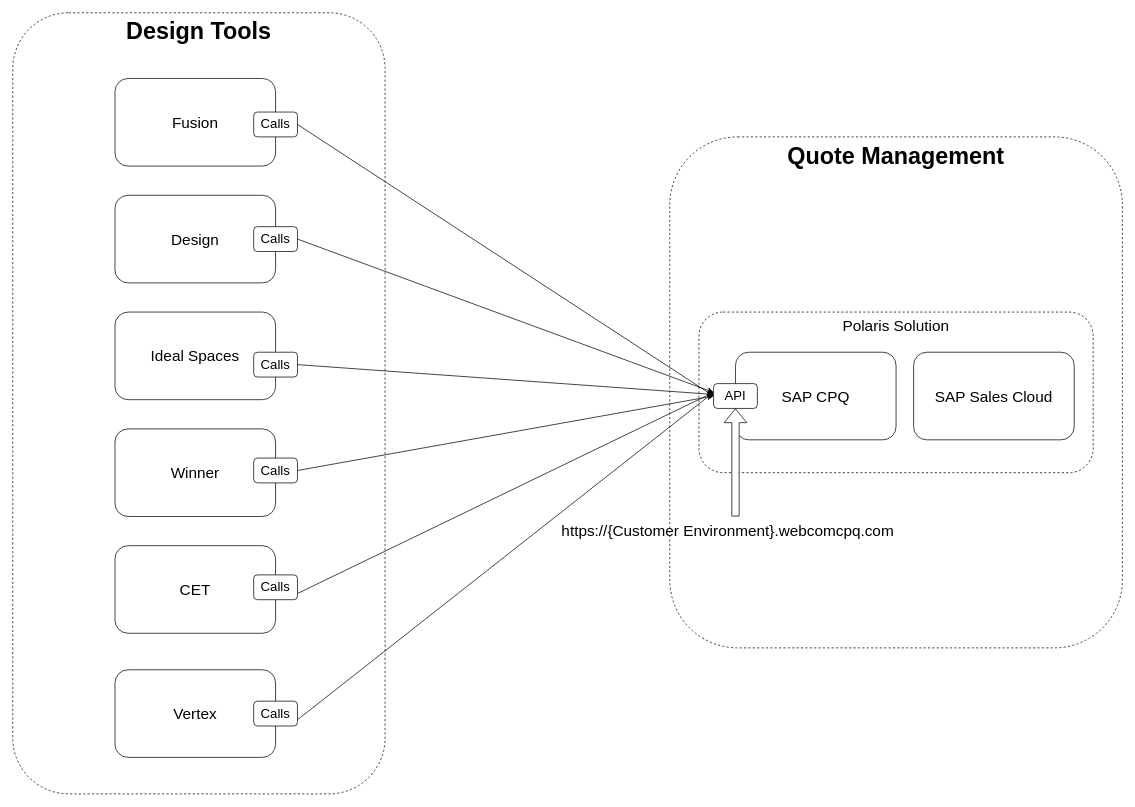
Earlier version of the draw.io diagram page "Option 1- Direct" (6 of 7) of Drawing_Tool_Integration.drawio (mrf742002/Diagrams). Source tidied: cells renumbered, new cells numbered last; positions are measured from the earlier drawing's top-left corner, leaving out a move shared by most shapes. Both pictures are drawn from the tidied source at 73%, with x=0, y=0 at pixel (12, 12).
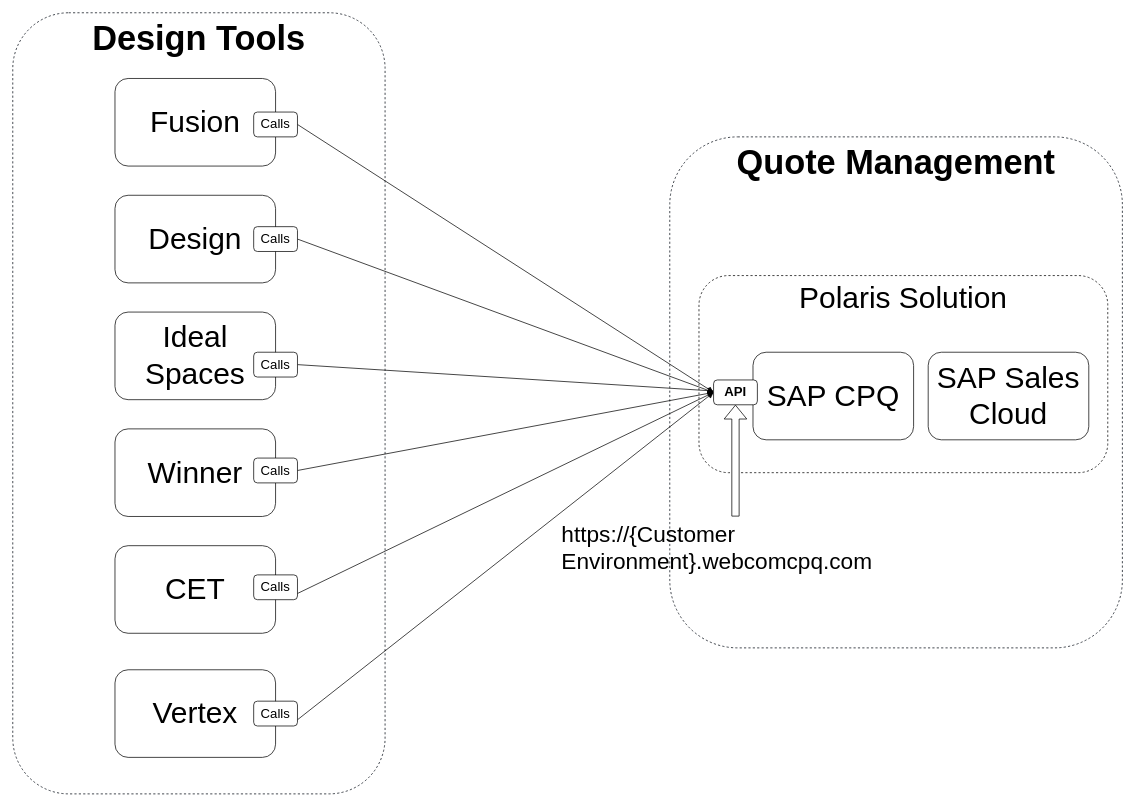
Above is the later version.

What changed in the source:
```diff
@@
-    <mxCell id="2" value="&lt;b style=&quot;font-size: 32px&quot;&gt;Quote Management&lt;/b&gt;" style="rounded=1;whiteSpace=wrap;html=1;verticalAlign=top;strokeWidth=1;strokeColor=#020912;dashed=1;fontSize=32;" parent="1" vertex="1">
+    <mxCell id="2" value="&lt;b style=&quot;font-size: 47px;&quot;&gt;Quote Management&lt;/b&gt;" style="rounded=1;whiteSpace=wrap;html=1;verticalAlign=top;strokeWidth=1;strokeColor=#020912;dashed=1;fontSize=47;" parent="1" vertex="1">
       <mxGeometry x="900" y="170" width="620" height="700" as="geometry" />
     </mxCell>
-    <mxCell id="3" value="Polaris Solution" style="rounded=1;whiteSpace=wrap;html=1;fontSize=21;dashed=1;fillColor=none;verticalAlign=top;" parent="1" vertex="1">
-      <mxGeometry x="940" y="410" width="540" height="220" as="geometry" />
+    <mxCell id="3" value="Polaris Solution" style="rounded=1;whiteSpace=wrap;html=1;fontSize=41;dashed=1;fillColor=none;verticalAlign=top;" parent="1" vertex="1">
+      <mxGeometry x="940" y="360" width="560" height="270" as="geometry" />
     </mxCell>
-    <mxCell id="4" value="&lt;b style=&quot;font-size: 32px&quot;&gt;Design Tools&lt;/b&gt;" style="rounded=1;whiteSpace=wrap;html=1;verticalAlign=top;strokeWidth=1;strokeColor=#020912;dashed=1;fontSize=32;" parent="1" vertex="1">
+    <mxCell id="4" value="&lt;b style=&quot;font-size: 47px;&quot;&gt;Design Tools&lt;/b&gt;" style="rounded=1;whiteSpace=wrap;html=1;verticalAlign=top;strokeWidth=1;strokeColor=#020912;dashed=1;fontSize=47;" parent="1" vertex="1">
       <mxGeometry width="510" height="1070" as="geometry" />
     </mxCell>
-    <mxCell id="5" value="Fusion" style="rounded=1;whiteSpace=wrap;html=1;fontSize=21;" parent="1" vertex="1">
+    <mxCell id="5" value="Fusion" style="rounded=1;whiteSpace=wrap;html=1;fontSize=41;" parent="1" vertex="1">
       <mxGeometry x="140" y="90" width="220" height="120" as="geometry" />
     </mxCell>
-    <mxCell id="6" value="Design" style="rounded=1;whiteSpace=wrap;html=1;fontSize=21;" parent="1" vertex="1">
+    <mxCell id="6" value="Design" style="rounded=1;whiteSpace=wrap;html=1;fontSize=41;" parent="1" vertex="1">
       <mxGeometry x="140" y="250" width="220" height="120" as="geometry" />
     </mxCell>
-    <mxCell id="7" value="Ideal Spaces" style="rounded=1;whiteSpace=wrap;html=1;fontSize=21;" parent="1" vertex="1">
+    <mxCell id="7" value="Ideal Spaces" style="rounded=1;whiteSpace=wrap;html=1;fontSize=41;" parent="1" vertex="1">
       <mxGeometry x="140" y="410" width="220" height="120" as="geometry" />
     </mxCell>
-    <mxCell id="8" value="Winner" style="rounded=1;whiteSpace=wrap;html=1;fontSize=21;" parent="1" vertex="1">
+    <mxCell id="8" value="Winner" style="rounded=1;whiteSpace=wrap;html=1;fontSize=41;" parent="1" vertex="1">
       <mxGeometry x="140" y="570" width="220" height="120" as="geometry" />
     </mxCell>
-    <mxCell id="9" value="CET" style="rounded=1;whiteSpace=wrap;html=1;fontSize=21;" parent="1" vertex="1">
+    <mxCell id="9" value="CET" style="rounded=1;whiteSpace=wrap;html=1;fontSize=41;" parent="1" vertex="1">
       <mxGeometry x="140" y="730" width="220" height="120" as="geometry" />
     </mxCell>
-    <mxCell id="10" value="Vertex" style="rounded=1;whiteSpace=wrap;html=1;fontSize=21;" parent="1" vertex="1">
+    <mxCell id="10" value="Vertex" style="rounded=1;whiteSpace=wrap;html=1;fontSize=41;" parent="1" vertex="1">
       <mxGeometry x="140" y="900" width="220" height="120" as="geometry" />
     </mxCell>
-    <mxCell id="11" value="SAP CPQ" style="rounded=1;whiteSpace=wrap;html=1;fontSize=21;" parent="1" vertex="1">
-      <mxGeometry x="990" y="465" width="220" height="120" as="geometry" />
+    <mxCell id="11" value="SAP CPQ" style="rounded=1;whiteSpace=wrap;html=1;fontSize=41;" parent="1" vertex="1">
+      <mxGeometry x="1014" y="465" width="220" height="120" as="geometry" />
     </mxCell>
-    <mxCell id="12" value="SAP Sales Cloud" style="rounded=1;whiteSpace=wrap;html=1;fontSize=21;" parent="1" vertex="1">
-      <mxGeometry x="1234" y="465" width="220" height="120" as="geometry" />
+    <mxCell id="12" value="SAP Sales Cloud" style="rounded=1;whiteSpace=wrap;html=1;fontSize=41;" parent="1" vertex="1">
+      <mxGeometry x="1254" y="465" width="220" height="120" as="geometry" />
     </mxCell>
-    <mxCell id="13" value="API" style="rounded=1;whiteSpace=wrap;html=1;fontSize=18;" parent="1" vertex="1">
-      <mxGeometry x="960" y="508" width="60" height="34" as="geometry" />
+    <mxCell id="13" value="API" style="rounded=1;whiteSpace=wrap;html=1;fontSize=18;fontStyle=1;" parent="1" vertex="1">
+      <mxGeometry x="960" y="503" width="60" height="34" as="geometry" />
     </mxCell>
@@
-    <mxCell id="26" value="https://{Customer Environment}.webcomcpq.com" style="text;whiteSpace=wrap;html=1;fontSize=21;" parent="1" vertex="1">
+    <mxCell id="26" value="https://{Customer Environment}.webcomcpq.com" style="text;whiteSpace=wrap;html=1;fontSize=31;" parent="1" vertex="1">
       <mxGeometry x="750" y="690" width="480" height="40" as="geometry" />
     </mxCell>
```
